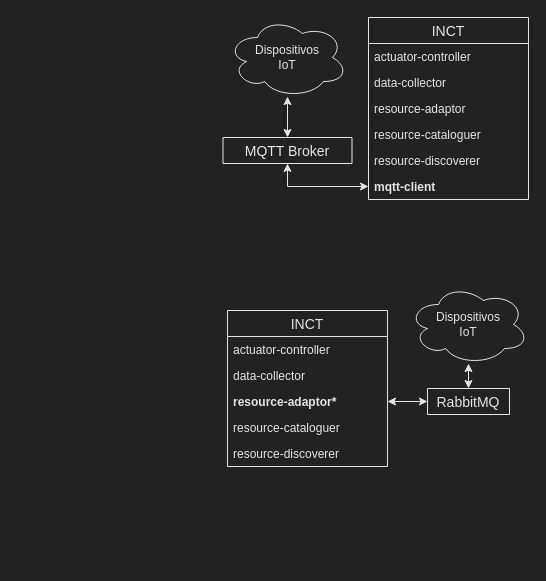
Above: relatorio2/doc/drawio/propostas.drawio in batmacumba/misiot (draw.io), before the change. Source tidied: cells renumbered, new cells numbered last; positions are measured from the earlier drawing's top-left corner, leaving out a move shared by most shapes. Both pictures are drawn from the tidied source at 100%, with x=0, y=0 at pixel (222, 17).
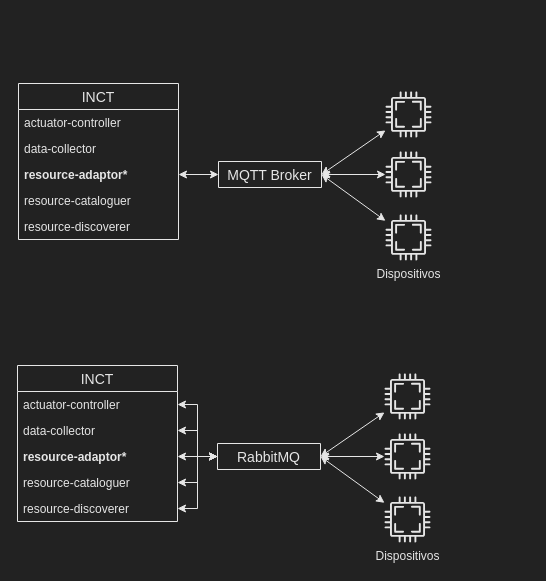
The same page after the edit.

What changed in the source:
```diff
@@
-    <mxCell id="2" style="edgeStyle=orthogonalEdgeStyle;rounded=0;jettySize=auto;html=1;exitX=0;exitY=0.5;exitDx=0;exitDy=0;entryX=0.5;entryY=1;entryDx=0;entryDy=0;fontColor=#E6E6E6;strokeColor=#E6E6E6;startArrow=classic;startFill=1;" parent="1" edge="1" source="11" target="14">
-      <mxGeometry relative="1" as="geometry" />
-    </mxCell>
-    <mxCell id="3" style="edgeStyle=orthogonalEdgeStyle;rounded=0;jettySize=auto;html=1;exitX=0.5;exitY=0;exitDx=0;exitDy=0;entryX=0.5;entryY=0.988;entryDx=0;entryDy=0;entryPerimeter=0;strokeColor=#E6E6E6;fontColor=#E6E6E6;startArrow=classic;startFill=1;" parent="1" edge="1" source="14" target="4">
-      <mxGeometry relative="1" as="geometry" />
-    </mxCell>
-    <mxCell id="4" value="Dispositivos &lt;br&gt;IoT" style="ellipse;shape=cloud;whiteSpace=wrap;html=1;strokeColor=#E6E6E6;fillColor=none;fontColor=#E6E6E6;" parent="1" vertex="1">
-      <mxGeometry x="5" width="120" height="80" as="geometry" />
-    </mxCell>
-    <mxCell id="5" value="INCT" style="swimlane;fontStyle=0;horizontal=1;startSize=26;align=center;fontSize=14;fontColor=#E6E6E6;fillColor=none;strokeColor=#E6E6E6;" parent="1" vertex="1">
-      <mxGeometry x="146" width="160" height="182" as="geometry" />
-    </mxCell>
-    <mxCell id="6" value="actuator-controller" style="text;strokeColor=none;fillColor=none;spacingLeft=4;spacingRight=4;overflow=hidden;fontSize=12;fontColor=#E6E6E6;" parent="5" vertex="1">
-      <mxGeometry y="26" width="160" height="26" as="geometry" />
-    </mxCell>
-    <mxCell id="7" value="data-collector" style="text;strokeColor=none;fillColor=none;spacingLeft=4;spacingRight=4;overflow=hidden;fontSize=12;fontColor=#E6E6E6;" parent="5" vertex="1">
-      <mxGeometry y="52" width="160" height="26" as="geometry" />
-    </mxCell>
-    <mxCell id="8" value="resource-adaptor" style="text;strokeColor=none;fillColor=none;spacingLeft=4;spacingRight=4;overflow=hidden;fontSize=12;fontColor=#E6E6E6;" parent="5" vertex="1">
-      <mxGeometry y="78" width="160" height="26" as="geometry" />
-    </mxCell>
-    <mxCell id="9" value="resource-cataloguer" style="text;strokeColor=none;fillColor=none;spacingLeft=4;spacingRight=4;overflow=hidden;fontSize=12;fontColor=#E6E6E6;" parent="5" vertex="1">
-      <mxGeometry y="104" width="160" height="26" as="geometry" />
-    </mxCell>
-    <mxCell id="10" value="resource-discoverer" style="text;strokeColor=none;fillColor=none;spacingLeft=4;spacingRight=4;overflow=hidden;fontSize=12;fontColor=#E6E6E6;" parent="5" vertex="1">
-      <mxGeometry y="130" width="160" height="26" as="geometry" />
-    </mxCell>
-    <mxCell id="11" value="mqtt-client" style="text;strokeColor=none;fillColor=none;spacingLeft=4;spacingRight=4;overflow=hidden;points=[[0,0.5],[1,0.5]];portConstraint=eastwest;fontSize=12;fontStyle=1;fontColor=#E6E6E6;" parent="5" vertex="1">
-      <mxGeometry y="156" width="160" height="26" as="geometry" />
-    </mxCell>
-    <mxCell id="12" style="edgeStyle=orthogonalEdgeStyle;rounded=0;jettySize=auto;html=1;exitX=0.5;exitY=0;exitDx=0;exitDy=0;entryX=0.5;entryY=0.988;entryDx=0;entryDy=0;entryPerimeter=0;strokeColor=#E6E6E6;fontColor=#E6E6E6;startArrow=classic;startFill=1;" parent="1" edge="1" source="22" target="13">
-      <mxGeometry relative="1" as="geometry" />
-    </mxCell>
-    <mxCell id="13" value="Dispositivos &lt;br&gt;IoT" style="ellipse;shape=cloud;whiteSpace=wrap;html=1;strokeColor=#E6E6E6;fillColor=none;fontColor=#E6E6E6;" parent="1" vertex="1">
-      <mxGeometry x="186" y="267" width="120" height="80" as="geometry" />
-    </mxCell>
+    <mxCell id="23" value="INCT" style="swimlane;fontStyle=0;horizontal=1;startSize=26;align=center;fontSize=14;fontColor=#E6E6E6;fillColor=none;strokeColor=#E6E6E6;" parent="1" vertex="1">
+      <mxGeometry x="-204" y="66" width="160" height="156" as="geometry" />
+    </mxCell>
+    <mxCell id="24" value="actuator-controller" style="text;strokeColor=none;fillColor=none;spacingLeft=4;spacingRight=4;overflow=hidden;fontSize=12;fontColor=#E6E6E6;" parent="23" vertex="1">
+      <mxGeometry y="26" width="160" height="26" as="geometry" />
+    </mxCell>
+    <mxCell id="25" value="data-collector" style="text;strokeColor=none;fillColor=none;spacingLeft=4;spacingRight=4;overflow=hidden;fontSize=12;fontColor=#E6E6E6;" parent="23" vertex="1">
+      <mxGeometry y="52" width="160" height="26" as="geometry" />
+    </mxCell>
+    <mxCell id="26" value="resource-adaptor*" style="text;strokeColor=none;fillColor=none;spacingLeft=4;spacingRight=4;overflow=hidden;points=[[0,0.5],[1,0.5]];portConstraint=eastwest;fontSize=12;fontColor=#E6E6E6;fontStyle=1;" parent="23" vertex="1">
+      <mxGeometry y="78" width="160" height="26" as="geometry" />
+    </mxCell>
+    <mxCell id="27" value="resource-cataloguer" style="text;strokeColor=none;fillColor=none;spacingLeft=4;spacingRight=4;overflow=hidden;fontSize=12;fontColor=#E6E6E6;" parent="23" vertex="1">
+      <mxGeometry y="104" width="160" height="26" as="geometry" />
+    </mxCell>
+    <mxCell id="28" value="resource-discoverer" style="text;strokeColor=none;fillColor=none;spacingLeft=4;spacingRight=4;overflow=hidden;fontSize=12;fontColor=#E6E6E6;" parent="23" vertex="1">
+      <mxGeometry y="130" width="160" height="26" as="geometry" />
+    </mxCell>
+    <mxCell id="29" style="edgeStyle=orthogonalEdgeStyle;rounded=0;jettySize=auto;html=1;exitX=1;exitY=0.5;exitDx=0;exitDy=0;entryX=0;entryY=0.5;entryDx=0;entryDy=0;strokeColor=#E6E6E6;fontColor=#E6E6E6;startArrow=classic;startFill=1;" parent="1" edge="1" source="26" target="14">
+      <mxGeometry relative="1" as="geometry" />
+    </mxCell>
+    <mxCell id="30" style="rounded=0;jettySize=auto;html=1;exitX=1;exitY=0.5;exitDx=0;exitDy=0;startArrow=classic;startFill=1;strokeColor=#E6E6E6;fontColor=#E6E6E6;" parent="1" edge="1" source="14" target="33">
+      <mxGeometry relative="1" as="geometry" />
+    </mxCell>
+    <mxCell id="31" style="rounded=0;jettySize=auto;html=1;exitX=1;exitY=0.5;exitDx=0;exitDy=0;startArrow=classic;startFill=1;strokeColor=#E6E6E6;fontColor=#E6E6E6;" parent="1" edge="1" source="14" target="34">
+      <mxGeometry relative="1" as="geometry" />
+    </mxCell>
+    <mxCell id="32" style="rounded=0;jettySize=auto;html=1;exitX=1;exitY=0.5;exitDx=0;exitDy=0;startArrow=classic;startFill=1;strokeColor=#E6E6E6;fontColor=#E6E6E6;" parent="1" edge="1" source="14" target="35">
+      <mxGeometry relative="1" as="geometry" />
+    </mxCell>
     <mxCell id="14" value="MQTT Broker" style="swimlane;fontStyle=0;horizontal=1;startSize=26;align=center;fontSize=14;fontColor=#E6E6E6;fillColor=none;strokeColor=#E6E6E6;" parent="1" vertex="1">
-      <mxGeometry x="0.5" y="120" width="129" height="26" as="geometry" />
+      <mxGeometry x="-4" y="144" width="103" height="26" as="geometry" />
     </mxCell>
-    <mxCell id="15" style="edgeStyle=orthogonalEdgeStyle;rounded=0;jettySize=auto;html=1;exitX=1;exitY=0.5;exitDx=0;exitDy=0;entryX=0;entryY=0.5;entryDx=0;entryDy=0;startArrow=classic;startFill=1;strokeColor=#E6E6E6;fontColor=#E6E6E6;" parent="1" edge="1" source="19" target="22">
-      <mxGeometry relative="1" as="geometry" />
-    </mxCell>
-    <mxCell id="16" value="INCT" style="swimlane;fontStyle=0;horizontal=1;startSize=26;align=center;fontSize=14;fontColor=#E6E6E6;fillColor=none;strokeColor=#E6E6E6;" parent="1" vertex="1">
-      <mxGeometry x="5" y="293" width="160" height="156" as="geometry" />
-    </mxCell>
-    <mxCell id="17" value="actuator-controller" style="text;strokeColor=none;fillColor=none;spacingLeft=4;spacingRight=4;overflow=hidden;fontSize=12;fontColor=#E6E6E6;" parent="16" vertex="1">
-      <mxGeometry y="26" width="160" height="26" as="geometry" />
-    </mxCell>
-    <mxCell id="18" value="data-collector" style="text;strokeColor=none;fillColor=none;spacingLeft=4;spacingRight=4;overflow=hidden;fontSize=12;fontColor=#E6E6E6;" parent="16" vertex="1">
-      <mxGeometry y="52" width="160" height="26" as="geometry" />
-    </mxCell>
-    <mxCell id="19" value="resource-adaptor*" style="text;strokeColor=none;fillColor=none;spacingLeft=4;spacingRight=4;overflow=hidden;points=[[0,0.5],[1,0.5]];portConstraint=eastwest;fontSize=12;fontColor=#E6E6E6;fontStyle=1;" parent="16" vertex="1">
-      <mxGeometry y="78" width="160" height="26" as="geometry" />
-    </mxCell>
-    <mxCell id="20" value="resource-cataloguer" style="text;strokeColor=none;fillColor=none;spacingLeft=4;spacingRight=4;overflow=hidden;fontSize=12;fontColor=#E6E6E6;" parent="16" vertex="1">
-      <mxGeometry y="104" width="160" height="26" as="geometry" />
-    </mxCell>
-    <mxCell id="21" value="resource-discoverer" style="text;strokeColor=none;fillColor=none;spacingLeft=4;spacingRight=4;overflow=hidden;fontSize=12;fontColor=#E6E6E6;" parent="16" vertex="1">
-      <mxGeometry y="130" width="160" height="26" as="geometry" />
-    </mxCell>
+    <mxCell id="33" style="shadow=0;dashed=0;html=1;strokeColor=none;fillColor=#E6E6E6;labelPosition=center;verticalLabelPosition=top;verticalAlign=bottom;align=center;outlineConnect=0;shape=mxgraph.vvd.cpu;fontColor=#E6E6E6;gradientColor=none;" parent="1" vertex="1">
+      <mxGeometry x="163" y="74" width="46" height="46" as="geometry" />
+    </mxCell>
+    <mxCell id="34" style="shadow=0;dashed=0;html=1;strokeColor=none;fillColor=#E6E6E6;labelPosition=center;verticalLabelPosition=bottom;verticalAlign=top;align=center;outlineConnect=0;shape=mxgraph.vvd.cpu;fontColor=#E6E6E6;gradientColor=none;" parent="1" vertex="1">
+      <mxGeometry x="163" y="134" width="46" height="46" as="geometry" />
+    </mxCell>
+    <mxCell id="35" value="&lt;font color=&quot;#E6E6E6&quot;&gt;Dispositivo&lt;/font&gt;s" style="shadow=0;dashed=0;html=1;strokeColor=none;fillColor=#E6E6E6;labelPosition=center;verticalLabelPosition=bottom;verticalAlign=top;align=center;outlineConnect=0;shape=mxgraph.vvd.cpu;fontColor=#E6E6E6;gradientColor=none;" parent="1" vertex="1">
+      <mxGeometry x="163" y="197" width="46" height="46" as="geometry" />
+    </mxCell>
+    <mxCell id="36" style="edgeStyle=orthogonalEdgeStyle;rounded=0;jettySize=auto;html=1;exitX=1;exitY=0.5;exitDx=0;exitDy=0;entryX=0;entryY=0.5;entryDx=0;entryDy=0;strokeColor=#E6E6E6;fontColor=#E6E6E6;startArrow=classic;startFill=1;" parent="1" edge="1" source="48" target="22">
+      <mxGeometry relative="1" as="geometry" />
+    </mxCell>
+    <mxCell id="37" style="rounded=0;jettySize=auto;html=1;exitX=1;exitY=0.5;exitDx=0;exitDy=0;startArrow=classic;startFill=1;strokeColor=#E6E6E6;fontColor=#E6E6E6;" parent="1" edge="1" source="22" target="40">
+      <mxGeometry relative="1" as="geometry" />
+    </mxCell>
+    <mxCell id="38" style="rounded=0;jettySize=auto;html=1;exitX=1;exitY=0.5;exitDx=0;exitDy=0;startArrow=classic;startFill=1;strokeColor=#E6E6E6;fontColor=#E6E6E6;" parent="1" edge="1" source="22" target="41">
+      <mxGeometry relative="1" as="geometry" />
+    </mxCell>
+    <mxCell id="39" style="rounded=0;jettySize=auto;html=1;exitX=1;exitY=0.5;exitDx=0;exitDy=0;startArrow=classic;startFill=1;strokeColor=#E6E6E6;fontColor=#E6E6E6;" parent="1" edge="1" source="22" target="42">
+      <mxGeometry relative="1" as="geometry" />
+    </mxCell>
+    <mxCell id="40" style="shadow=0;dashed=0;html=1;strokeColor=none;fillColor=#E6E6E6;labelPosition=center;verticalLabelPosition=top;verticalAlign=bottom;align=center;outlineConnect=0;shape=mxgraph.vvd.cpu;fontColor=#E6E6E6;gradientColor=none;" parent="1" vertex="1">
+      <mxGeometry x="162" y="356" width="46" height="46" as="geometry" />
+    </mxCell>
+    <mxCell id="41" style="shadow=0;dashed=0;html=1;strokeColor=none;fillColor=#E6E6E6;labelPosition=center;verticalLabelPosition=bottom;verticalAlign=top;align=center;outlineConnect=0;shape=mxgraph.vvd.cpu;fontColor=#E6E6E6;gradientColor=none;" parent="1" vertex="1">
+      <mxGeometry x="162" y="416" width="46" height="46" as="geometry" />
+    </mxCell>
+    <mxCell id="42" value="&lt;font color=&quot;#E6E6E6&quot;&gt;Dispositivo&lt;/font&gt;s" style="shadow=0;dashed=0;html=1;strokeColor=none;fillColor=#E6E6E6;labelPosition=center;verticalLabelPosition=bottom;verticalAlign=top;align=center;outlineConnect=0;shape=mxgraph.vvd.cpu;fontColor=#E6E6E6;gradientColor=none;" parent="1" vertex="1">
+      <mxGeometry x="162" y="479" width="46" height="46" as="geometry" />
+    </mxCell>
+    <mxCell id="43" style="edgeStyle=orthogonalEdgeStyle;rounded=0;jettySize=auto;html=1;exitX=1;exitY=0.25;exitDx=0;exitDy=0;entryX=0;entryY=0.5;entryDx=0;entryDy=0;startArrow=classic;startFill=1;strokeColor=#E6E6E6;fontColor=#E6E6E6;" parent="1" edge="1" source="45" target="22">
+      <mxGeometry relative="1" as="geometry" />
+    </mxCell>
+    <mxCell id="44" style="edgeStyle=orthogonalEdgeStyle;rounded=0;jettySize=auto;html=1;exitX=1;exitY=0.75;exitDx=0;exitDy=0;entryX=0;entryY=0.5;entryDx=0;entryDy=0;startArrow=classic;startFill=1;strokeColor=#E6E6E6;fontColor=#E6E6E6;" parent="1" edge="1" source="45" target="22">
+      <mxGeometry relative="1" as="geometry" />
+    </mxCell>
+    <mxCell id="45" value="INCT" style="swimlane;fontStyle=0;horizontal=1;startSize=26;align=center;fontSize=14;fontColor=#E6E6E6;fillColor=none;strokeColor=#E6E6E6;" parent="1" vertex="1">
+      <mxGeometry x="-205" y="348" width="160" height="156" as="geometry" />
+    </mxCell>
+    <mxCell id="46" value="actuator-controller" style="text;strokeColor=none;fillColor=none;spacingLeft=4;spacingRight=4;overflow=hidden;fontSize=12;fontColor=#E6E6E6;" parent="45" vertex="1">
+      <mxGeometry y="26" width="160" height="26" as="geometry" />
+    </mxCell>
+    <mxCell id="47" value="data-collector" style="text;strokeColor=none;fillColor=none;spacingLeft=4;spacingRight=4;overflow=hidden;points=[[0,0.5],[1,0.5]];portConstraint=eastwest;fontSize=12;fontColor=#E6E6E6;" parent="45" vertex="1">
+      <mxGeometry y="52" width="160" height="26" as="geometry" />
+    </mxCell>
+    <mxCell id="48" value="resource-adaptor*" style="text;strokeColor=none;fillColor=none;spacingLeft=4;spacingRight=4;overflow=hidden;points=[[0,0.5],[1,0.5]];portConstraint=eastwest;fontSize=12;fontColor=#E6E6E6;fontStyle=1;" parent="45" vertex="1">
+      <mxGeometry y="78" width="160" height="26" as="geometry" />
+    </mxCell>
+    <mxCell id="49" value="resource-cataloguer" style="text;strokeColor=none;fillColor=none;spacingLeft=4;spacingRight=4;overflow=hidden;fontSize=12;fontColor=#E6E6E6;" parent="45" vertex="1">
+      <mxGeometry y="104" width="160" height="26" as="geometry" />
+    </mxCell>
+    <mxCell id="50" value="resource-discoverer" style="text;strokeColor=none;fillColor=none;spacingLeft=4;spacingRight=4;overflow=hidden;points=[[0,0.5],[1,0.5]];portConstraint=eastwest;fontSize=12;fontColor=#E6E6E6;" parent="45" vertex="1">
+      <mxGeometry y="130" width="160" height="26" as="geometry" />
+    </mxCell>
     <mxCell id="22" value="RabbitMQ" style="swimlane;fontStyle=0;horizontal=1;startSize=26;align=center;fontSize=14;fontColor=#E6E6E6;fillColor=none;strokeColor=#E6E6E6;" parent="1" vertex="1">
-      <mxGeometry x="205" y="371" width="82" height="26" as="geometry" />
+      <mxGeometry x="-5" y="426" width="103" height="26" as="geometry" />
     </mxCell>
+    <mxCell id="51" style="edgeStyle=orthogonalEdgeStyle;rounded=0;jettySize=auto;html=1;exitX=1;exitY=0.5;exitDx=0;exitDy=0;entryX=0;entryY=0.5;entryDx=0;entryDy=0;startArrow=classic;startFill=1;strokeColor=#E6E6E6;fontColor=#E6E6E6;" parent="1" edge="1" source="47" target="22">
+      <mxGeometry relative="1" as="geometry" />
+    </mxCell>
+    <mxCell id="52" style="edgeStyle=orthogonalEdgeStyle;rounded=0;jettySize=auto;html=1;exitX=1;exitY=0.5;exitDx=0;exitDy=0;entryX=0;entryY=0.5;entryDx=0;entryDy=0;startArrow=classic;startFill=1;strokeColor=#E6E6E6;fontColor=#E6E6E6;" parent="1" edge="1" source="50" target="22">
+      <mxGeometry relative="1" as="geometry" />
+    </mxCell>
```
